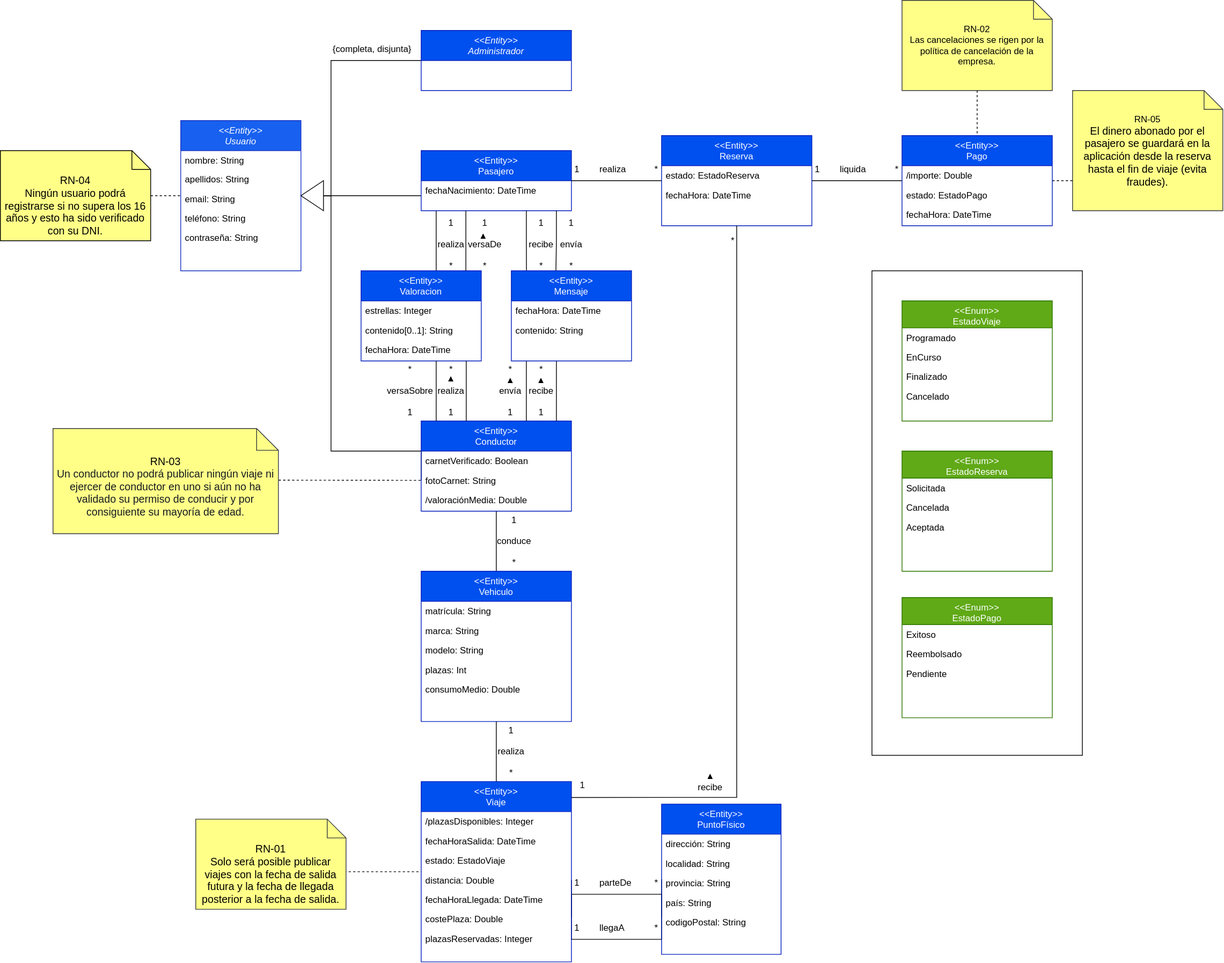
The draw.io diagram img/DClase_f.drawio.svg in Carla-SG/proyecto-curso-iissi1-2026-JQP9166, before a commit. Source tidied: cells renumbered, new cells last; positions are measured from the earlier drawing's top-left corner, leaving out a move shared by most shapes.
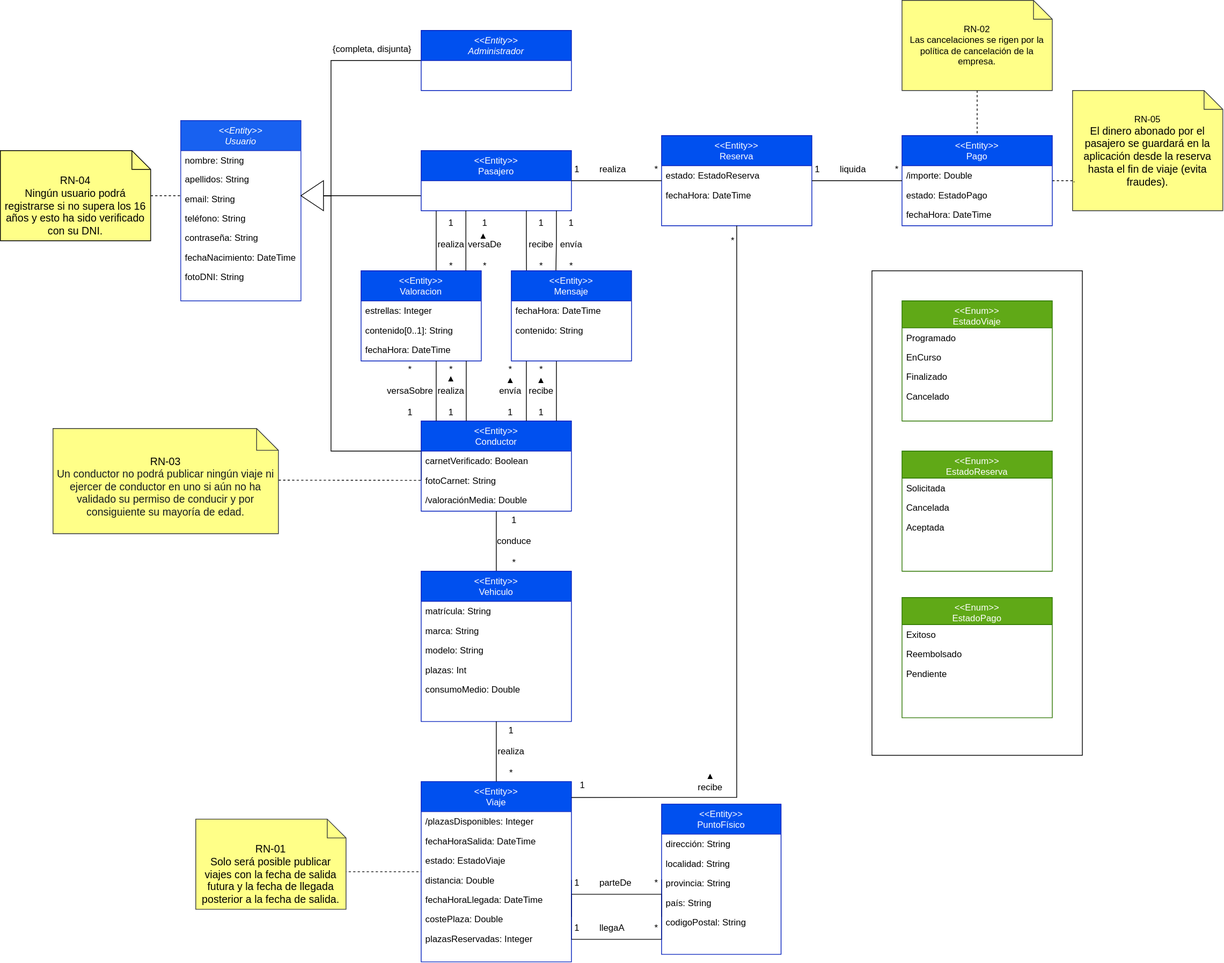
Later version of the same file.

The edit, as a diff of the source:
```diff
@@ -2,8 +2,13 @@
   <root>
     <mxCell id="0" />
     <mxCell id="1" parent="0" />
-    <mxCell id="2" style="edgeStyle=orthogonalEdgeStyle;rounded=0;jettySize=auto;html=1;entryX=0;entryY=0.75;entryDx=0;entryDy=0;defaultLabelBackgroundColor=page;endArrow=none;endFill=0;" parent="1" edge="1" source="5" target="12">
-      <mxGeometry relative="1" as="geometry" />
+    <mxCell id="2" style="edgeStyle=orthogonalEdgeStyle;rounded=0;jettySize=auto;html=1;entryX=0;entryY=0.75;entryDx=0;entryDy=0;defaultLabelBackgroundColor=page;endArrow=none;endFill=0;exitX=1;exitY=0.5;exitDx=0;exitDy=0;" parent="1" edge="1" source="60" target="12">
+      <mxGeometry relative="1" as="geometry">
+        <Array as="points">
+          <mxPoint x="440" y="260" />
+          <mxPoint x="440" y="260" />
+        </Array>
+      </mxGeometry>
     </mxCell>
     <mxCell id="3" style="edgeStyle=orthogonalEdgeStyle;rounded=0;jettySize=auto;html=1;entryX=0;entryY=0.5;entryDx=0;entryDy=0;defaultLabelBackgroundColor=page;endArrow=none;endFill=0;" parent="1" edge="1" source="5" target="19">
       <mxGeometry relative="1" as="geometry">
@@ -22,7 +27,7 @@
       </mxGeometry>
     </mxCell>
     <mxCell id="5" value="&lt;&lt;Entity&gt;&gt;&#10;Usuario" style="swimlane;fontStyle=2;align=center;verticalAlign=top;horizontal=1;startSize=40;rounded=0;shadow=0;strokeWidth=1;direction=east;fillColor=#0050ef;strokeColor=#001DBC;fontColor=#ffffff;opacity=90;opacityGroup=1;" parent="1" vertex="1">
-      <mxGeometry x="240" y="160" width="160" height="200" as="geometry" />
+      <mxGeometry x="240" y="160" width="160" height="240" as="geometry" />
     </mxCell>
     <mxCell id="6" value="nombre: String" style="text;align=left;verticalAlign=top;spacingLeft=4;spacingRight=4;overflow=hidden;" parent="5" vertex="1">
       <mxGeometry y="40" width="160" height="25" as="geometry" />
@@ -39,6 +44,12 @@
     <mxCell id="10" value="contraseña: String" style="text;align=left;verticalAlign=top;spacingLeft=4;spacingRight=4;overflow=hidden;" parent="5" vertex="1">
       <mxGeometry y="143" width="160" height="26" as="geometry" />
     </mxCell>
+    <mxCell id="13" value="fechaNacimiento: DateTime" style="text;align=left;verticalAlign=top;spacingLeft=4;spacingRight=4;overflow=hidden;" parent="5" vertex="1">
+      <mxGeometry y="169" width="160" height="26" as="geometry" />
+    </mxCell>
+    <mxCell id="112" value="fotoDNI: String" style="text;align=left;verticalAlign=top;spacingLeft=4;spacingRight=4;overflow=hidden;" parent="5" vertex="1">
+      <mxGeometry y="195" width="160" height="26" as="geometry" />
+    </mxCell>
     <mxCell id="11" style="edgeStyle=orthogonalEdgeStyle;rounded=0;jettySize=auto;html=1;entryX=0.625;entryY=0.016;entryDx=0;entryDy=0;defaultLabelBackgroundColor=page;endArrow=none;endFill=0;entryPerimeter=0;" parent="1" edge="1" target="40">
       <mxGeometry relative="1" as="geometry">
         <mxPoint x="580" y="280" as="sourcePoint" />
@@ -47,9 +58,6 @@
     <mxCell id="12" value="&lt;&lt;Entity&gt;&gt;&#10;Pasajero" style="swimlane;fontStyle=0;align=center;verticalAlign=top;horizontal=1;startSize=40;rounded=0;shadow=0;strokeWidth=1;fillColor=#0050ef;fontColor=#ffffff;strokeColor=#001DBC;" parent="1" vertex="1">
       <mxGeometry x="560" y="200" width="200" height="80" as="geometry" />
     </mxCell>
-    <mxCell id="13" value="fechaNacimiento: DateTime" style="text;align=left;verticalAlign=top;spacingLeft=4;spacingRight=4;overflow=hidden;" parent="12" vertex="1">
-      <mxGeometry y="40" width="200" height="26" as="geometry" />
-    </mxCell>
     <mxCell id="14" style="edgeStyle=orthogonalEdgeStyle;rounded=0;jettySize=auto;html=1;entryX=0.5;entryY=0;entryDx=0;entryDy=0;defaultLabelBackgroundColor=page;endArrow=none;endFill=0;" parent="1" edge="1" source="15" target="20">
       <mxGeometry relative="1" as="geometry" />
     </mxCell>
@@ -174,8 +182,10 @@
     <mxCell id="50" value="&lt;font style=&quot;font-size: 14px;&quot; face=&quot;Helvetica&quot;&gt;RN-01&lt;/font&gt;&lt;div&gt;&lt;font style=&quot;font-size: 14px;&quot; face=&quot;Helvetica&quot;&gt;Solo será posible publicar viajes con la fecha de salida futura y la fecha de llegada posterior a la fecha de salida.&lt;/font&gt;&lt;/div&gt;" style="shape=note2;boundedLbl=1;whiteSpace=wrap;html=1;size=25;verticalAlign=top;align=center;spacingLeft=2;spacingRight=2;spacingBottom=0;fillColor=#ffff88;strokeColor=#36393d;fontColor=light-dark(#000000,#FFFFFF);fontFamily=Helvetica;" parent="1" vertex="1">
       <mxGeometry x="260" y="1090" width="200" height="120" as="geometry" />
     </mxCell>
-    <mxCell id="51" style="edgeStyle=orthogonalEdgeStyle;rounded=0;jettySize=auto;html=1;entryX=0;entryY=0.5;entryDx=0;entryDy=0;defaultLabelBackgroundColor=page;endArrow=none;endFill=0;dashed=1;" parent="1" edge="1" source="97" target="5">
-      <mxGeometry relative="1" as="geometry" />
+    <mxCell id="51" style="edgeStyle=orthogonalEdgeStyle;rounded=0;jettySize=auto;html=1;defaultLabelBackgroundColor=page;endArrow=none;endFill=0;dashed=1;" parent="1" edge="1" source="97">
+      <mxGeometry relative="1" as="geometry">
+        <mxPoint x="240" y="260" as="targetPoint" />
+      </mxGeometry>
     </mxCell>
     <mxCell id="52" value="&lt;&lt;Entity&gt;&gt;&#10;Reserva" style="swimlane;fontStyle=0;align=center;verticalAlign=top;horizontal=1;startSize=40;rounded=0;shadow=0;strokeWidth=1;fillColor=#0050ef;fontColor=#ffffff;strokeColor=#001DBC;" parent="1" vertex="1">
       <mxGeometry x="880" y="180" width="200" height="120" as="geometry" />
```
